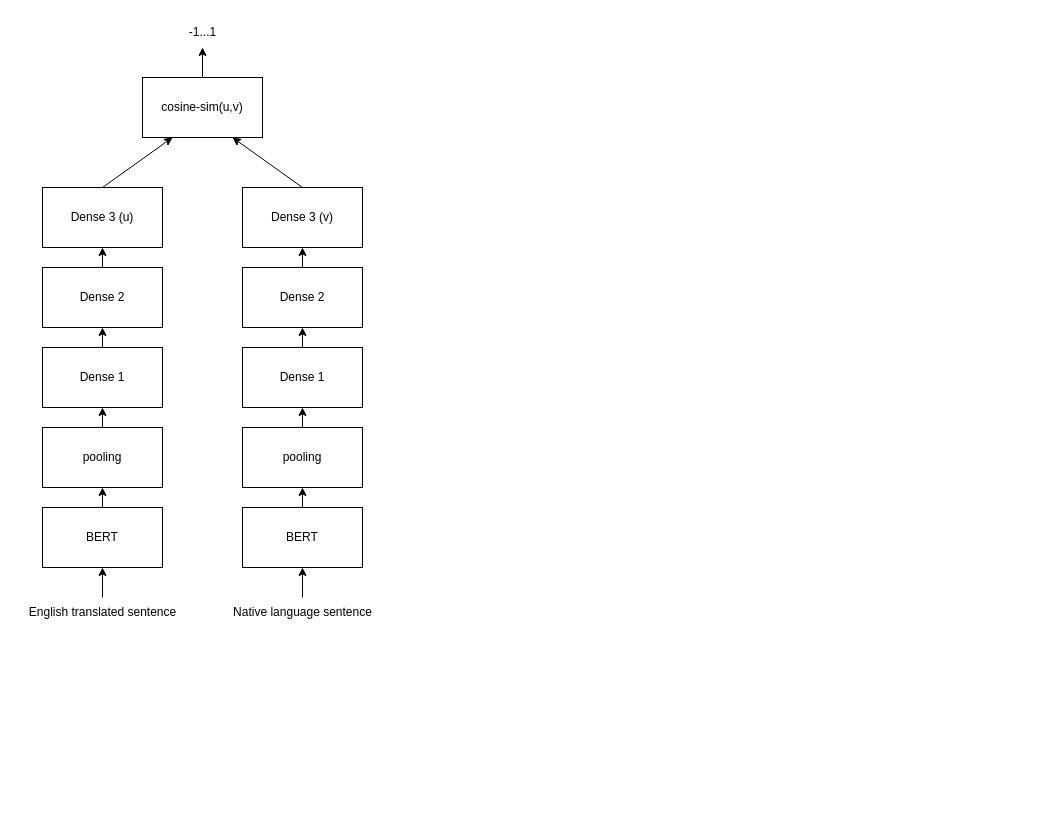
This is Code/Siamese-Network.drawio from AAnirudh07/One-Shot-Learning-for-Indian-News-Classification, a draw.io file, before an edit. Source tidied: cells renumbered, new cells numbered last; positions are measured from the earlier drawing's top-left corner, leaving out a move shared by most shapes. Both pictures are drawn from the tidied source at 100%, with x=0, y=0 at pixel (17, 17).
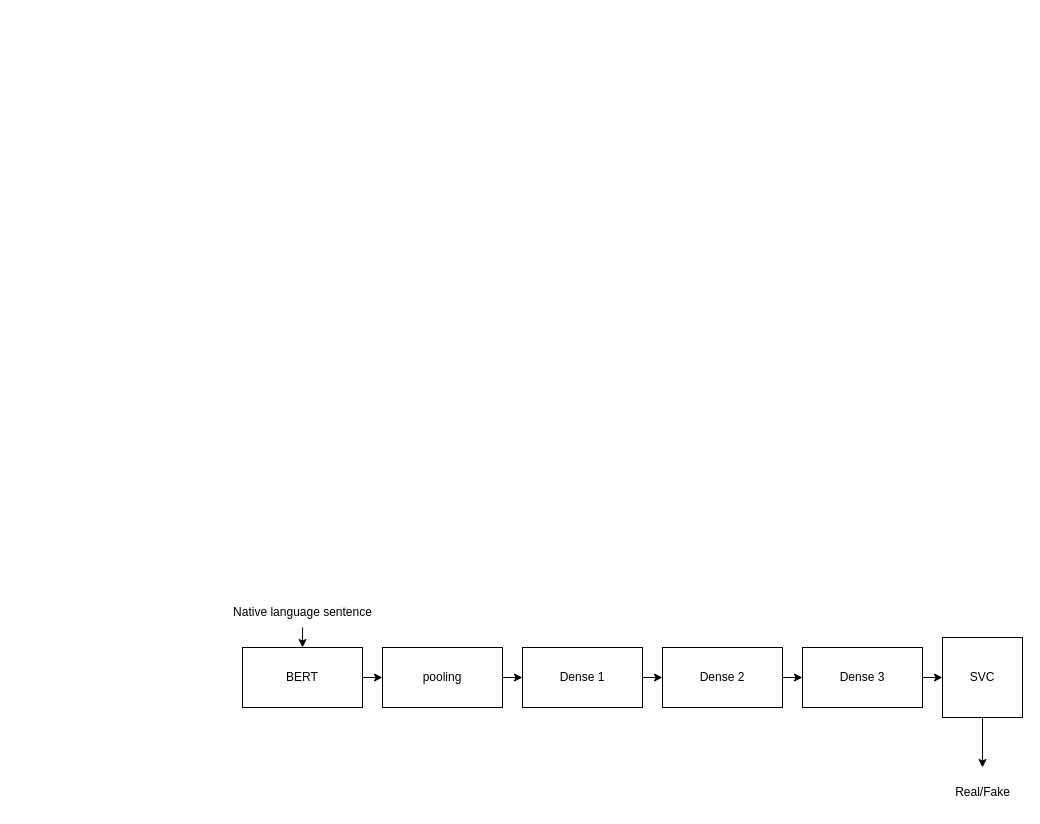
The same diagram, later.

Commit message:
diagram source modified

Change to the diagram source:
```diff
@@
-    <mxCell id="2" style="edgeStyle=orthogonalEdgeStyle;rounded=0;jettySize=auto;html=1;exitX=0.5;exitY=0;exitDx=0;exitDy=0;entryX=0.5;entryY=1;entryDx=0;entryDy=0;" parent="1" edge="1" source="3" target="7">
-      <mxGeometry relative="1" as="geometry" />
-    </mxCell>
-    <mxCell id="3" value="BERT" style="rounded=0;whiteSpace=wrap;html=1;" parent="1" vertex="1">
-      <mxGeometry x="25" y="490" width="120" height="60" as="geometry" />
-    </mxCell>
-    <mxCell id="4" style="edgeStyle=orthogonalEdgeStyle;rounded=0;jettySize=auto;html=1;exitX=0.5;exitY=0;exitDx=0;exitDy=0;entryX=0.5;entryY=1;entryDx=0;entryDy=0;" parent="1" edge="1" source="5" target="9">
-      <mxGeometry relative="1" as="geometry" />
-    </mxCell>
-    <mxCell id="5" value="BERT" style="rounded=0;whiteSpace=wrap;html=1;" parent="1" vertex="1">
-      <mxGeometry x="225" y="490" width="120" height="60" as="geometry" />
-    </mxCell>
-    <mxCell id="6" style="edgeStyle=orthogonalEdgeStyle;rounded=0;jettySize=auto;html=1;exitX=0.5;exitY=0;exitDx=0;exitDy=0;entryX=0.5;entryY=1;entryDx=0;entryDy=0;" parent="1" edge="1" source="7" target="13">
-      <mxGeometry relative="1" as="geometry" />
-    </mxCell>
-    <mxCell id="7" value="pooling" style="rounded=0;whiteSpace=wrap;html=1;" parent="1" vertex="1">
-      <mxGeometry x="25" y="410" width="120" height="60" as="geometry" />
-    </mxCell>
-    <mxCell id="8" style="edgeStyle=orthogonalEdgeStyle;rounded=0;jettySize=auto;html=1;exitX=0.5;exitY=0;exitDx=0;exitDy=0;entryX=0.5;entryY=1;entryDx=0;entryDy=0;" parent="1" edge="1" source="9" target="11">
-      <mxGeometry relative="1" as="geometry" />
-    </mxCell>
-    <mxCell id="9" value="pooling" style="rounded=0;whiteSpace=wrap;html=1;" parent="1" vertex="1">
-      <mxGeometry x="225" y="410" width="120" height="60" as="geometry" />
-    </mxCell>
-    <mxCell id="10" style="edgeStyle=orthogonalEdgeStyle;rounded=0;jettySize=auto;html=1;exitX=0.5;exitY=0;exitDx=0;exitDy=0;entryX=0.5;entryY=1;entryDx=0;entryDy=0;" parent="1" edge="1" source="11" target="15">
-      <mxGeometry relative="1" as="geometry" />
-    </mxCell>
-    <mxCell id="11" value="Dense 1" style="rounded=0;whiteSpace=wrap;html=1;" parent="1" vertex="1">
-      <mxGeometry x="225" y="330" width="120" height="60" as="geometry" />
-    </mxCell>
-    <mxCell id="12" style="edgeStyle=orthogonalEdgeStyle;rounded=0;jettySize=auto;html=1;exitX=0.5;exitY=0;exitDx=0;exitDy=0;entryX=0.5;entryY=1;entryDx=0;entryDy=0;" parent="1" edge="1" source="13" target="17">
-      <mxGeometry relative="1" as="geometry" />
-    </mxCell>
-    <mxCell id="13" value="Dense 1" style="rounded=0;whiteSpace=wrap;html=1;" parent="1" vertex="1">
-      <mxGeometry x="25" y="330" width="120" height="60" as="geometry" />
-    </mxCell>
-    <mxCell id="14" style="edgeStyle=orthogonalEdgeStyle;rounded=0;jettySize=auto;html=1;exitX=0.5;exitY=0;exitDx=0;exitDy=0;entryX=0.5;entryY=1;entryDx=0;entryDy=0;" parent="1" edge="1" source="15" target="19">
-      <mxGeometry relative="1" as="geometry" />
-    </mxCell>
-    <mxCell id="15" value="Dense 2" style="rounded=0;whiteSpace=wrap;html=1;" parent="1" vertex="1">
-      <mxGeometry x="225" y="250" width="120" height="60" as="geometry" />
-    </mxCell>
-    <mxCell id="16" style="edgeStyle=orthogonalEdgeStyle;rounded=0;jettySize=auto;html=1;exitX=0.5;exitY=0;exitDx=0;exitDy=0;entryX=0.5;entryY=1;entryDx=0;entryDy=0;" parent="1" edge="1" source="17" target="21">
-      <mxGeometry relative="1" as="geometry" />
-    </mxCell>
-    <mxCell id="17" value="Dense 2" style="rounded=0;whiteSpace=wrap;html=1;" parent="1" vertex="1">
-      <mxGeometry x="25" y="250" width="120" height="60" as="geometry" />
-    </mxCell>
-    <mxCell id="18" style="rounded=0;jettySize=auto;html=1;exitX=0.5;exitY=0;exitDx=0;exitDy=0;entryX=0.75;entryY=1;entryDx=0;entryDy=0;" parent="1" edge="1" source="19" target="23">
-      <mxGeometry relative="1" as="geometry" />
-    </mxCell>
-    <mxCell id="19" value="Dense 3 (v)" style="rounded=0;whiteSpace=wrap;html=1;" parent="1" vertex="1">
-      <mxGeometry x="225" y="170" width="120" height="60" as="geometry" />
-    </mxCell>
-    <mxCell id="20" style="rounded=0;jettySize=auto;html=1;exitX=0.5;exitY=0;exitDx=0;exitDy=0;entryX=0.25;entryY=1;entryDx=0;entryDy=0;" parent="1" edge="1" source="21" target="23">
-      <mxGeometry relative="1" as="geometry" />
-    </mxCell>
-    <mxCell id="21" value="Dense 3 (u)" style="rounded=0;whiteSpace=wrap;html=1;" parent="1" vertex="1">
-      <mxGeometry x="25" y="170" width="120" height="60" as="geometry" />
-    </mxCell>
-    <mxCell id="22" style="edgeStyle=none;rounded=0;jettySize=auto;html=1;exitX=0.5;exitY=0;exitDx=0;exitDy=0;" parent="1" edge="1" source="23">
-      <mxGeometry relative="1" as="geometry">
-        <mxPoint x="185" y="30" as="targetPoint" />
-      </mxGeometry>
-    </mxCell>
-    <mxCell id="23" value="cosine-sim(u,v)" style="rounded=0;whiteSpace=wrap;html=1;" parent="1" vertex="1">
-      <mxGeometry x="125" y="60" width="120" height="60" as="geometry" />
-    </mxCell>
-    <mxCell id="24" style="edgeStyle=none;rounded=0;jettySize=auto;html=1;" parent="1" edge="1" source="25" target="3">
-      <mxGeometry relative="1" as="geometry" />
-    </mxCell>
-    <mxCell id="25" value="English translated sentence" style="text;html=1;align=center;verticalAlign=middle;points=[];strokeColor=none;fillColor=none;" parent="1" vertex="1">
-      <mxGeometry y="580" width="170" height="30" as="geometry" />
-    </mxCell>
-    <mxCell id="26" style="edgeStyle=none;rounded=0;jettySize=auto;html=1;entryX=0.5;entryY=1;entryDx=0;entryDy=0;" parent="1" edge="1" source="27" target="5">
-      <mxGeometry relative="1" as="geometry" />
-    </mxCell>
+    <mxCell id="29" style="edgeStyle=none;rounded=0;jettySize=auto;html=1;exitX=1;exitY=0.5;exitDx=0;exitDy=0;entryX=0;entryY=0.5;entryDx=0;entryDy=0;" parent="1" edge="1" source="30" target="32">
+      <mxGeometry relative="1" as="geometry" />
+    </mxCell>
+    <mxCell id="30" value="BERT" style="rounded=0;whiteSpace=wrap;html=1;" parent="1" vertex="1">
+      <mxGeometry x="225" y="630" width="120" height="60" as="geometry" />
+    </mxCell>
+    <mxCell id="31" style="edgeStyle=none;rounded=0;jettySize=auto;html=1;exitX=1;exitY=0.5;exitDx=0;exitDy=0;entryX=0;entryY=0.5;entryDx=0;entryDy=0;" parent="1" edge="1" source="32" target="34">
+      <mxGeometry relative="1" as="geometry" />
+    </mxCell>
+    <mxCell id="32" value="pooling" style="rounded=0;whiteSpace=wrap;html=1;" parent="1" vertex="1">
+      <mxGeometry x="365" y="630" width="120" height="60" as="geometry" />
+    </mxCell>
+    <mxCell id="33" style="edgeStyle=none;rounded=0;jettySize=auto;html=1;exitX=1;exitY=0.5;exitDx=0;exitDy=0;entryX=0;entryY=0.5;entryDx=0;entryDy=0;" parent="1" edge="1" source="34" target="36">
+      <mxGeometry relative="1" as="geometry" />
+    </mxCell>
+    <mxCell id="34" value="Dense 1" style="rounded=0;whiteSpace=wrap;html=1;" parent="1" vertex="1">
+      <mxGeometry x="505" y="630" width="120" height="60" as="geometry" />
+    </mxCell>
+    <mxCell id="35" style="edgeStyle=none;rounded=0;jettySize=auto;html=1;exitX=1;exitY=0.5;exitDx=0;exitDy=0;entryX=0;entryY=0.5;entryDx=0;entryDy=0;" parent="1" edge="1" source="36" target="38">
+      <mxGeometry relative="1" as="geometry" />
+    </mxCell>
+    <mxCell id="36" value="Dense 2" style="rounded=0;whiteSpace=wrap;html=1;" parent="1" vertex="1">
+      <mxGeometry x="645" y="630" width="120" height="60" as="geometry" />
+    </mxCell>
+    <mxCell id="37" style="edgeStyle=none;rounded=0;jettySize=auto;html=1;exitX=1;exitY=0.5;exitDx=0;exitDy=0;entryX=0;entryY=0.5;entryDx=0;entryDy=0;" parent="1" edge="1" source="38" target="40">
+      <mxGeometry relative="1" as="geometry" />
+    </mxCell>
+    <mxCell id="38" value="Dense 3" style="rounded=0;whiteSpace=wrap;html=1;" parent="1" vertex="1">
+      <mxGeometry x="785" y="630" width="120" height="60" as="geometry" />
+    </mxCell>
+    <mxCell id="39" style="edgeStyle=none;rounded=0;jettySize=auto;html=1;" parent="1" edge="1" source="40">
+      <mxGeometry relative="1" as="geometry">
+        <mxPoint x="965" y="750" as="targetPoint" />
+      </mxGeometry>
+    </mxCell>
+    <mxCell id="40" value="SVC" style="whiteSpace=wrap;html=1;" parent="1" vertex="1">
+      <mxGeometry x="925" y="620" width="80" height="80" as="geometry" />
+    </mxCell>
+    <mxCell id="41" style="edgeStyle=none;rounded=0;jettySize=auto;html=1;" parent="1" edge="1" source="27" target="30">
+      <mxGeometry relative="1" as="geometry" />
+    </mxCell>
-    <mxCell id="27" value="Native language sentence" style="text;html=1;align=center;verticalAlign=middle;points=[];strokeColor=none;fillColor=none;" parent="1" vertex="1">
+    <mxCell id="27" value="Native language sentence&lt;br&gt;" style="text;html=1;align=center;verticalAlign=middle;points=[];strokeColor=none;fillColor=none;" parent="1" vertex="1">
       <mxGeometry x="205" y="580" width="160" height="30" as="geometry" />
     </mxCell>
-    <mxCell id="28" value="-1...1" style="text;html=1;align=center;verticalAlign=middle;strokeColor=none;fillColor=none;" parent="1" vertex="1">
-      <mxGeometry x="160" width="50" height="30" as="geometry" />
-    </mxCell>
+    <mxCell id="42" value="Real/Fake" style="text;html=1;align=center;verticalAlign=middle;strokeColor=none;fillColor=none;" parent="1" vertex="1">
+      <mxGeometry x="925" y="760" width="80" height="30" as="geometry" />
+    </mxCell>
```
